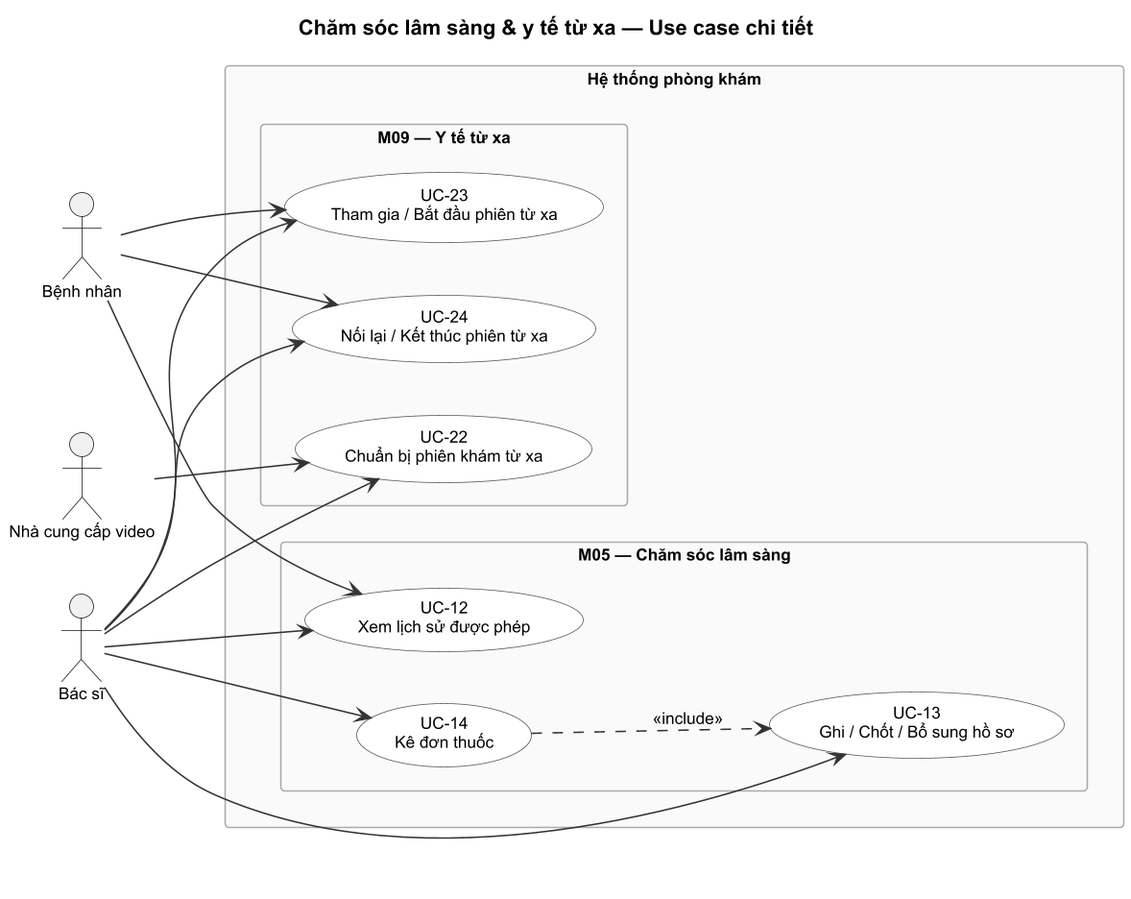
Samie32/SE-project keeps this PlantUML diagram as docs/design/use-case/use-case-3.png. Above is the earlier version.
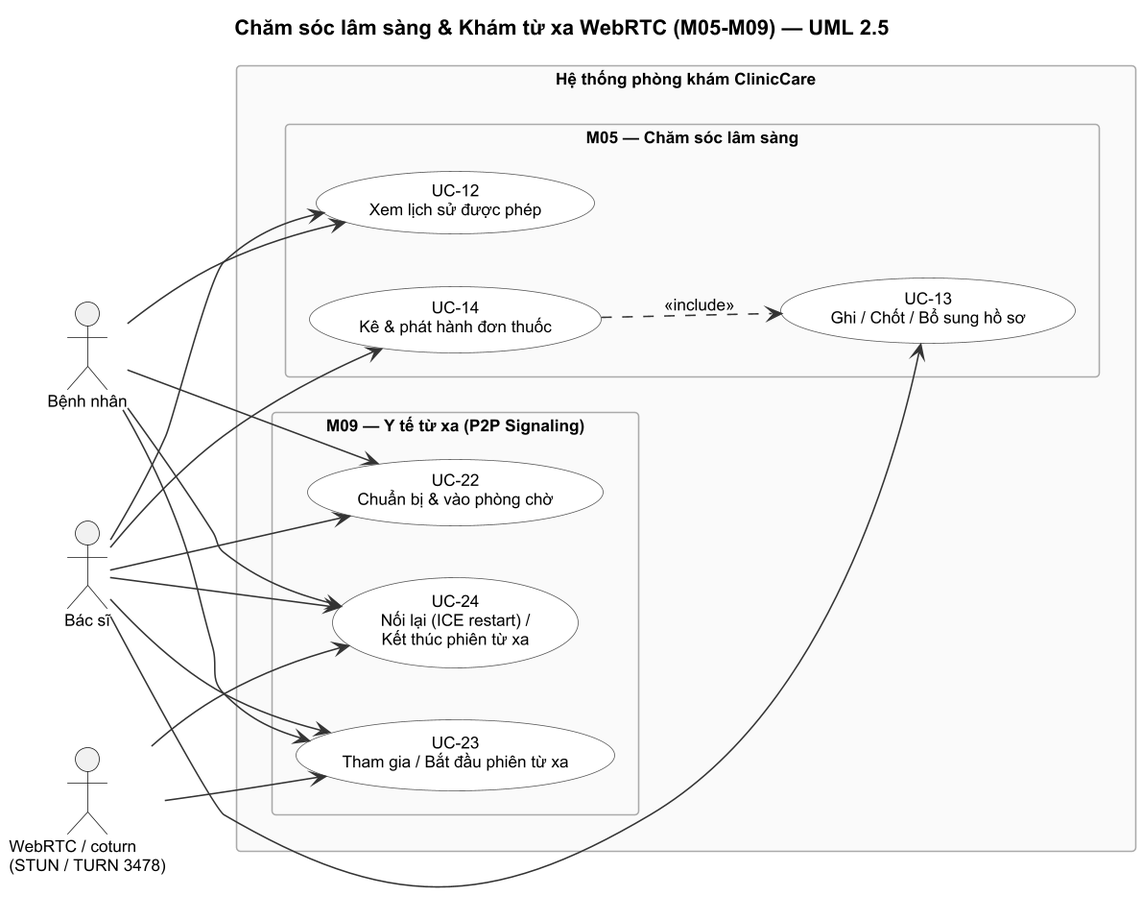
Above is the later version.

Change to the diagram source:
```diff
@@ -11,30 +11,31 @@
 skinparam defaultFontName Arial
 skinparam defaultFontSize 11
 skinparam dpi 150
-title Chăm sóc lâm sàng & y tế từ xa — Use case chi tiết
+title Chăm sóc lâm sàng & Khám từ xa WebRTC (M05-M09) — UML 2.5
 
 left to right direction
 
 actor "Bệnh nhân" as Patient
 actor "Bác sĩ" as Doctor
-actor "Nhà cung cấp video" as VideoProvider
+actor "WebRTC / coturn\n(STUN / TURN 3478)" as VideoNet
 
-rectangle "Hệ thống phòng khám" {
+rectangle "Hệ thống phòng khám ClinicCare" {
 
   package "M05 — Chăm sóc lâm sàng" {
     usecase "UC-12\nXem lịch sử được phép" as UC12
     usecase "UC-13\nGhi / Chốt / Bổ sung hồ sơ" as UC13
-    usecase "UC-14\nKê đơn thuốc" as UC14
+    usecase "UC-14\nKê & phát hành đơn thuốc" as UC14
   }
 
-  package "M09 — Y tế từ xa" {
-    usecase "UC-22\nChuẩn bị phiên khám từ xa" as UC22
+  package "M09 — Y tế từ xa (P2P Signaling)" {
+    usecase "UC-22\nChuẩn bị & vào phòng chờ" as UC22
     usecase "UC-23\nTham gia / Bắt đầu phiên từ xa" as UC23
-    usecase "UC-24\nNối lại / Kết thúc phiên từ xa" as UC24
+    usecase "UC-24\nNối lại (ICE restart) /\nKết thúc phiên từ xa" as UC24
   }
 }
 
 Patient --> UC12
+Patient --> UC22
 Patient --> UC23
 Patient --> UC24
 
@@ -45,7 +46,8 @@
 Doctor --> UC23
 Doctor --> UC24
 
-VideoProvider --> UC22
+VideoNet --> UC23
+VideoNet --> UC24
 
 UC14 ..> UC13 : <<include>>
 @enduml
```
